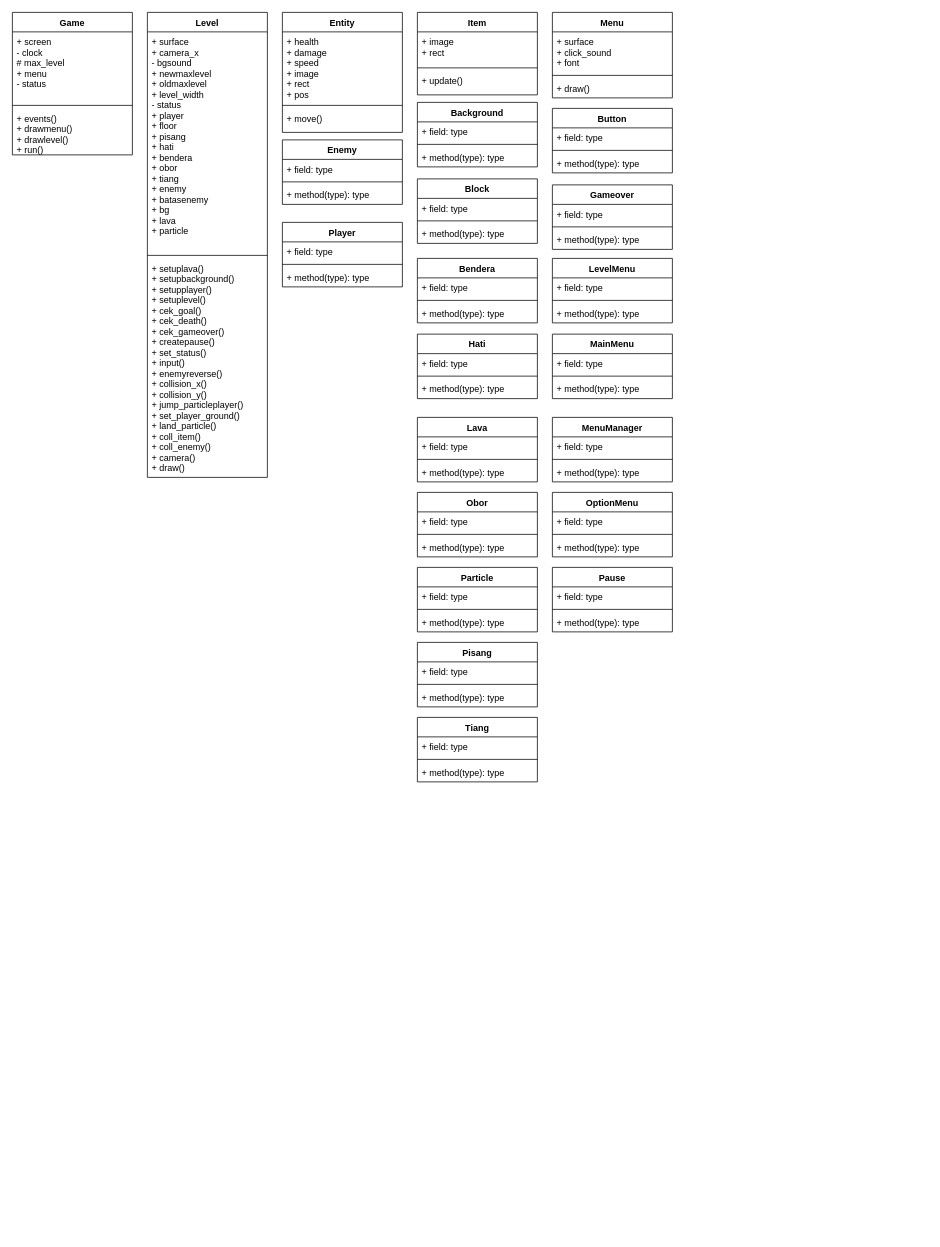
Before: Assets/Docs/UML.drawio in maybeenang/Lost-Princess, a draw.io diagram. Source tidied: cells renumbered, new cells numbered last; positions are measured from the earlier drawing's top-left corner, leaving out a move shared by most shapes. Both pictures are drawn from the tidied source at 75%, with x=0, y=0 at pixel (12, 12).
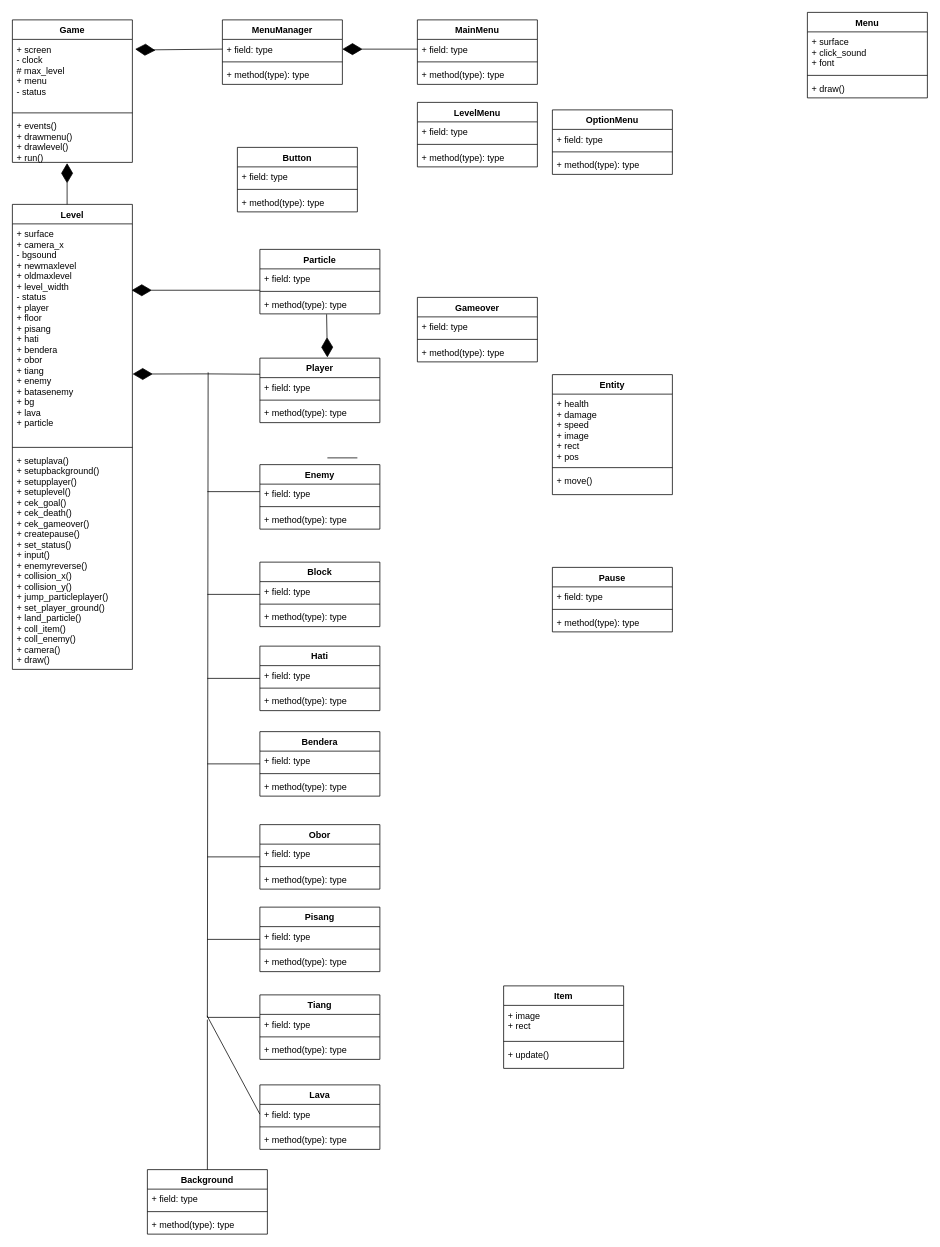
The same page after the edit.

Unchanged cells that the change refers to:
```xml
<mxCell id="3" value="+ screen&#10;- clock&#10;# max_level&#10;+ menu&#10;- status" style="text;strokeColor=none;fillColor=none;align=left;verticalAlign=top;spacingLeft=4;spacingRight=4;overflow=hidden;points=[[0,0.5],[1,0.5]];portConstraint=eastwest;" parent="2" vertex="1">
  <mxGeometry y="26" width="160" height="94" as="geometry" />
</mxCell>
<mxCell id="5" value="+ events()&#10;+ drawmenu()&#10;+ drawlevel()&#10;+ run()" style="text;strokeColor=none;fillColor=none;align=left;verticalAlign=top;spacingLeft=4;spacingRight=4;overflow=hidden;points=[[0,0.5],[1,0.5]];portConstraint=eastwest;" parent="2" vertex="1">
  <mxGeometry y="128" width="160" height="62" as="geometry" />
</mxCell>
<mxCell id="19" value="+ surface&#10;+ camera_x&#10;- bgsound&#10;+ newmaxlevel&#10;+ oldmaxlevel&#10;+ level_width&#10;- status&#10;+ player&#10;+ floor&#10;+ pisang&#10;+ hati&#10;+ bendera&#10;+ obor&#10;+ tiang&#10;+ enemy&#10;+ batasenemy&#10;+ bg&#10;+ lava&#10;+ particle" style="text;strokeColor=none;fillColor=none;align=left;verticalAlign=top;spacingLeft=4;spacingRight=4;overflow=hidden;points=[[0,0.5],[1,0.5]];portConstraint=eastwest;" parent="18" vertex="1">
  <mxGeometry y="26" width="160" height="294" as="geometry" />
</mxCell>
<mxCell id="47" value="+ field: type" style="text;strokeColor=none;fillColor=none;align=left;verticalAlign=top;spacingLeft=4;spacingRight=4;overflow=hidden;points=[[0,0.5],[1,0.5]];portConstraint=eastwest;" parent="46" vertex="1">
  <mxGeometry y="26" width="160" height="26" as="geometry" />
</mxCell>
<mxCell id="56" style="line;strokeWidth=1;fillColor=none;align=left;verticalAlign=middle;spacingTop=-1;spacingLeft=3;spacingRight=3;labelPosition=right;points=[];portConstraint=eastwest;" parent="54" vertex="1">
  <mxGeometry y="52" width="160" height="8" as="geometry" />
</mxCell>
<mxCell id="57" value="+ method(type): type" style="text;strokeColor=none;fillColor=none;align=left;verticalAlign=top;spacingLeft=4;spacingRight=4;overflow=hidden;points=[[0,0.5],[1,0.5]];portConstraint=eastwest;" parent="54" vertex="1">
  <mxGeometry y="60" width="160" height="26" as="geometry" />
</mxCell>
<mxCell id="79" value="+ field: type" style="text;strokeColor=none;fillColor=none;align=left;verticalAlign=top;spacingLeft=4;spacingRight=4;overflow=hidden;points=[[0,0.5],[1,0.5]];portConstraint=eastwest;" parent="78" vertex="1">
  <mxGeometry y="26" width="160" height="26" as="geometry" />
</mxCell>
<mxCell id="83" value="+ field: type" style="text;strokeColor=none;fillColor=none;align=left;verticalAlign=top;spacingLeft=4;spacingRight=4;overflow=hidden;points=[[0,0.5],[1,0.5]];portConstraint=eastwest;" parent="82" vertex="1">
  <mxGeometry y="26" width="160" height="26" as="geometry" />
</mxCell>
```

Change to the diagram source:
```diff
@@
     <mxCell id="2" value="Game&#10;" style="swimlane;fontStyle=1;align=center;verticalAlign=top;horizontal=1;startSize=26;" parent="1" vertex="1">
-      <mxGeometry width="160" height="190" as="geometry" />
+      <mxGeometry y="10" width="160" height="190" as="geometry" />
     </mxCell>
@@
-    <mxCell id="6" value="Entity" style="swimlane;fontStyle=1;align=center;verticalAlign=top;horizontal=1;startSize=26;" parent="1" vertex="1">
-      <mxGeometry x="360" width="160" height="160" as="geometry" />
-    </mxCell>
-    <mxCell id="7" value="+ health&#10;+ damage&#10;+ speed&#10;+ image&#10;+ rect&#10;+ pos" style="text;strokeColor=none;fillColor=none;align=left;verticalAlign=top;spacingLeft=4;spacingRight=4;overflow=hidden;" parent="6" vertex="1">
-      <mxGeometry y="26" width="160" height="94" as="geometry" />
-    </mxCell>
-    <mxCell id="8" style="line;strokeWidth=1;fillColor=none;align=left;verticalAlign=middle;spacingTop=-1;spacingLeft=3;spacingRight=3;labelPosition=right;" parent="6" vertex="1">
-      <mxGeometry y="120" width="160" height="8" as="geometry" />
-    </mxCell>
-    <mxCell id="9" value="+ move()" style="text;strokeColor=none;fillColor=none;align=left;verticalAlign=top;spacingLeft=4;spacingRight=4;overflow=hidden;" parent="6" vertex="1">
-      <mxGeometry y="128" width="160" height="32" as="geometry" />
-    </mxCell>
     <mxCell id="10" value="Item" style="swimlane;fontStyle=1;align=center;verticalAlign=top;horizontal=1;startSize=26;" parent="1" vertex="1">
-      <mxGeometry x="540" width="160" height="110" as="geometry" />
+      <mxGeometry x="655" y="1298" width="160" height="110" as="geometry" />
     </mxCell>
@@
     <mxCell id="14" value="Menu" style="swimlane;fontStyle=1;align=center;verticalAlign=top;horizontal=1;startSize=26;" parent="1" vertex="1">
-      <mxGeometry x="720" width="160" height="114" as="geometry" />
+      <mxGeometry x="1060" width="160" height="114" as="geometry" />
     </mxCell>
@@
     <mxCell id="18" value="Level" style="swimlane;fontStyle=1;align=center;verticalAlign=top;horizontal=1;startSize=26;" parent="1" vertex="1">
-      <mxGeometry x="180" width="160" height="620" as="geometry" />
+      <mxGeometry y="256" width="160" height="620" as="geometry" />
     </mxCell>
@@
     <mxCell id="22" value="Enemy" style="swimlane;fontStyle=1;align=center;verticalAlign=top;horizontal=1;startSize=26;" parent="1" vertex="1">
-      <mxGeometry x="360" y="170" width="160" height="86" as="geometry" />
+      <mxGeometry x="330" y="603" width="160" height="86" as="geometry" />
     </mxCell>
@@
     <mxCell id="26" value="Player" style="swimlane;fontStyle=1;align=center;verticalAlign=top;horizontal=1;startSize=26;" parent="1" vertex="1">
-      <mxGeometry x="360" y="280" width="160" height="86" as="geometry" />
+      <mxGeometry x="330" y="461" width="160" height="86" as="geometry" />
     </mxCell>
@@
     <mxCell id="30" value="Background" style="swimlane;fontStyle=1;align=center;verticalAlign=top;horizontal=1;startSize=26;" parent="1" vertex="1">
-      <mxGeometry x="540" y="120" width="160" height="86" as="geometry" />
+      <mxGeometry x="180" y="1543" width="160" height="86" as="geometry" />
     </mxCell>
@@
     <mxCell id="34" value="Block" style="swimlane;fontStyle=1;align=center;verticalAlign=top;horizontal=1;startSize=26;" parent="1" vertex="1">
-      <mxGeometry x="540" y="222" width="160" height="86" as="geometry" />
+      <mxGeometry x="330" y="733" width="160" height="86" as="geometry" />
     </mxCell>
@@
     <mxCell id="38" value="Bendera" style="swimlane;fontStyle=1;align=center;verticalAlign=top;horizontal=1;startSize=26;" parent="1" vertex="1">
-      <mxGeometry x="540" y="328" width="160" height="86" as="geometry" />
+      <mxGeometry x="330" y="959" width="160" height="86" as="geometry" />
     </mxCell>
@@
     <mxCell id="42" value="Hati" style="swimlane;fontStyle=1;align=center;verticalAlign=top;horizontal=1;startSize=26;" parent="1" vertex="1">
-      <mxGeometry x="540" y="429" width="160" height="86" as="geometry" />
+      <mxGeometry x="330" y="845" width="160" height="86" as="geometry" />
     </mxCell>
@@
     <mxCell id="46" value="Lava" style="swimlane;fontStyle=1;align=center;verticalAlign=top;horizontal=1;startSize=26;" parent="1" vertex="1">
-      <mxGeometry x="540" y="540" width="160" height="86" as="geometry" />
+      <mxGeometry x="330" y="1430" width="160" height="86" as="geometry" />
     </mxCell>
@@
     <mxCell id="50" value="Obor" style="swimlane;fontStyle=1;align=center;verticalAlign=top;horizontal=1;startSize=26;" parent="1" vertex="1">
-      <mxGeometry x="540" y="640" width="160" height="86" as="geometry" />
+      <mxGeometry x="330" y="1083" width="160" height="86" as="geometry" />
     </mxCell>
@@
     <mxCell id="54" value="Particle" style="swimlane;fontStyle=1;align=center;verticalAlign=top;horizontal=1;startSize=26;" parent="1" vertex="1">
-      <mxGeometry x="540" y="740" width="160" height="86" as="geometry" />
+      <mxGeometry x="330" y="316" width="160" height="86" as="geometry" />
     </mxCell>
@@
     <mxCell id="58" value="Pisang" style="swimlane;fontStyle=1;align=center;verticalAlign=top;horizontal=1;startSize=26;" parent="1" vertex="1">
-      <mxGeometry x="540" y="840" width="160" height="86" as="geometry" />
+      <mxGeometry x="330" y="1193" width="160" height="86" as="geometry" />
     </mxCell>
@@
     <mxCell id="62" value="Tiang" style="swimlane;fontStyle=1;align=center;verticalAlign=top;horizontal=1;startSize=26;" parent="1" vertex="1">
-      <mxGeometry x="540" y="940" width="160" height="86" as="geometry" />
+      <mxGeometry x="330" y="1310" width="160" height="86" as="geometry" />
     </mxCell>
@@
     <mxCell id="66" value="Button" style="swimlane;fontStyle=1;align=center;verticalAlign=top;horizontal=1;startSize=26;" parent="1" vertex="1">
-      <mxGeometry x="720" y="128" width="160" height="86" as="geometry" />
+      <mxGeometry x="300" y="180" width="160" height="86" as="geometry" />
     </mxCell>
@@
     <mxCell id="70" value="Gameover" style="swimlane;fontStyle=1;align=center;verticalAlign=top;horizontal=1;startSize=26;" parent="1" vertex="1">
-      <mxGeometry x="720" y="230" width="160" height="86" as="geometry" />
+      <mxGeometry x="540" y="380" width="160" height="86" as="geometry" />
     </mxCell>
@@
     <mxCell id="74" value="LevelMenu" style="swimlane;fontStyle=1;align=center;verticalAlign=top;horizontal=1;startSize=26;" parent="1" vertex="1">
-      <mxGeometry x="720" y="328" width="160" height="86" as="geometry" />
+      <mxGeometry x="540" y="120" width="160" height="86" as="geometry" />
     </mxCell>
@@
     <mxCell id="78" value="MainMenu" style="swimlane;fontStyle=1;align=center;verticalAlign=top;horizontal=1;startSize=26;" parent="1" vertex="1">
-      <mxGeometry x="720" y="429" width="160" height="86" as="geometry" />
+      <mxGeometry x="540" y="10" width="160" height="86" as="geometry" />
     </mxCell>
@@
     <mxCell id="82" value="MenuManager" style="swimlane;fontStyle=1;align=center;verticalAlign=top;horizontal=1;startSize=26;" parent="1" vertex="1">
-      <mxGeometry x="720" y="540" width="160" height="86" as="geometry" />
+      <mxGeometry x="280" y="10" width="160" height="86" as="geometry" />
     </mxCell>
@@
     <mxCell id="86" value="OptionMenu" style="swimlane;fontStyle=1;align=center;verticalAlign=top;horizontal=1;startSize=26;" parent="1" vertex="1">
-      <mxGeometry x="720" y="640" width="160" height="86" as="geometry" />
+      <mxGeometry x="720" y="130" width="160" height="86" as="geometry" />
     </mxCell>
@@
+    <mxCell id="94" style="endArrow=diamondThin;endFill=1;endSize=24;html=1;rounded=0;entryX=0.456;entryY=1.016;entryDx=0;entryDy=0;entryPerimeter=0;exitX=0.456;exitY=0;exitDx=0;exitDy=0;exitPerimeter=0;" parent="1" edge="1" source="18" target="5">
+      <mxGeometry relative="1" as="geometry" />
+    </mxCell>
+    <mxCell id="95" style="endArrow=diamondThin;endFill=1;endSize=24;html=1;rounded=0;exitX=0;exitY=0.5;exitDx=0;exitDy=0;entryX=1.023;entryY=0.138;entryDx=0;entryDy=0;entryPerimeter=0;" parent="1" edge="1" source="83" target="3">
+      <mxGeometry relative="1" as="geometry">
+        <Array as="points">
+          <mxPoint x="180" y="50" />
+        </Array>
+      </mxGeometry>
+    </mxCell>
+    <mxCell id="6" value="Entity" style="swimlane;fontStyle=1;align=center;verticalAlign=top;horizontal=1;startSize=26;" parent="1" vertex="1">
+      <mxGeometry x="720" y="483" width="160" height="160" as="geometry" />
+    </mxCell>
+    <mxCell id="7" value="+ health&#10;+ damage&#10;+ speed&#10;+ image&#10;+ rect&#10;+ pos" style="text;strokeColor=none;fillColor=none;align=left;verticalAlign=top;spacingLeft=4;spacingRight=4;overflow=hidden;" parent="6" vertex="1">
+      <mxGeometry y="26" width="160" height="94" as="geometry" />
+    </mxCell>
+    <mxCell id="8" style="line;strokeWidth=1;fillColor=none;align=left;verticalAlign=middle;spacingTop=-1;spacingLeft=3;spacingRight=3;labelPosition=right;" parent="6" vertex="1">
+      <mxGeometry y="120" width="160" height="8" as="geometry" />
+    </mxCell>
+    <mxCell id="9" value="+ move()" style="text;strokeColor=none;fillColor=none;align=left;verticalAlign=top;spacingLeft=4;spacingRight=4;overflow=hidden;" parent="6" vertex="1">
+      <mxGeometry y="128" width="160" height="32" as="geometry" />
+    </mxCell>
+    <mxCell id="96" style="endArrow=diamondThin;endFill=1;endSize=24;html=1;rounded=0;entryX=1.002;entryY=0.681;entryDx=0;entryDy=0;entryPerimeter=0;" parent="1" edge="1" target="19">
+      <mxGeometry relative="1" as="geometry">
+        <mxPoint x="260" y="482" as="sourcePoint" />
+      </mxGeometry>
+    </mxCell>
+    <mxCell id="97" style="line;strokeWidth=1;fillColor=none;align=left;verticalAlign=middle;spacingTop=-1;spacingLeft=3;spacingRight=3;labelPosition=right;" parent="1" vertex="1">
+      <mxGeometry x="260" y="635" width="70" height="8" as="geometry" />
+    </mxCell>
+    <mxCell id="98" style="line;strokeWidth=1;fillColor=none;align=left;verticalAlign=middle;spacingTop=-1;spacingLeft=3;spacingRight=3;labelPosition=right;" parent="1" vertex="1">
+      <mxGeometry x="260" y="752" width="70" height="48" as="geometry" />
+    </mxCell>
+    <mxCell id="99" style="line;strokeWidth=1;fillColor=none;align=left;verticalAlign=middle;spacingTop=-1;spacingLeft=3;spacingRight=3;labelPosition=right;" parent="1" vertex="1">
+      <mxGeometry x="260" y="884" width="70" height="8" as="geometry" />
+    </mxCell>
+    <mxCell id="100" style="line;strokeWidth=1;fillColor=none;align=left;verticalAlign=middle;spacingTop=-1;spacingLeft=3;spacingRight=3;labelPosition=right;" parent="1" vertex="1">
+      <mxGeometry x="260" y="998" width="70" height="8" as="geometry" />
+    </mxCell>
+    <mxCell id="101" style="line;strokeWidth=1;fillColor=none;align=left;verticalAlign=middle;spacingTop=-1;spacingLeft=3;spacingRight=3;labelPosition=right;" parent="1" vertex="1">
+      <mxGeometry x="420" y="590" width="40" height="8" as="geometry" />
+    </mxCell>
+    <mxCell id="102" style="line;strokeWidth=1;fillColor=none;align=left;verticalAlign=middle;spacingTop=-1;spacingLeft=3;spacingRight=3;labelPosition=right;" parent="1" vertex="1">
+      <mxGeometry x="260" y="1122" width="70" height="8" as="geometry" />
+    </mxCell>
+    <mxCell id="103" style="line;strokeWidth=1;fillColor=none;align=left;verticalAlign=middle;spacingTop=-1;spacingLeft=3;spacingRight=3;labelPosition=right;" parent="1" vertex="1">
+      <mxGeometry x="260" y="1232" width="70" height="8" as="geometry" />
+    </mxCell>
+    <mxCell id="104" style="line;strokeWidth=1;fillColor=none;align=left;verticalAlign=middle;spacingTop=-1;spacingLeft=3;spacingRight=3;labelPosition=right;points=[];portConstraint=eastwest;" parent="1" vertex="1">
+      <mxGeometry x="260" y="1336" width="70" height="8" as="geometry" />
+    </mxCell>
+    <mxCell id="105" style="endArrow=none;html=1;rounded=0;" parent="1" edge="1">
+      <mxGeometry relative="1" as="geometry">
+        <mxPoint x="260" y="1340" as="sourcePoint" />
+        <mxPoint x="261" y="480" as="targetPoint" />
+      </mxGeometry>
+    </mxCell>
+    <mxCell id="106" style="endArrow=none;html=1;rounded=0;exitX=0;exitY=0.5;exitDx=0;exitDy=0;entryX=-0.005;entryY=0.25;entryDx=0;entryDy=0;entryPerimeter=0;" parent="1" edge="1" source="47" target="104">
+      <mxGeometry relative="1" as="geometry" />
+    </mxCell>
+    <mxCell id="107" style="endArrow=none;html=1;rounded=0;exitX=0.5;exitY=0;exitDx=0;exitDy=0;" parent="1" edge="1" source="30">
+      <mxGeometry relative="1" as="geometry">
+        <mxPoint x="260" y="1343" as="targetPoint" />
+      </mxGeometry>
+    </mxCell>
+    <mxCell id="108" style="endArrow=none;html=1;rounded=0;entryX=0;entryY=0.25;entryDx=0;entryDy=0;" parent="1" edge="1" target="26">
+      <mxGeometry relative="1" as="geometry">
+        <mxPoint x="260" y="482" as="sourcePoint" />
+      </mxGeometry>
+    </mxCell>
+    <mxCell id="109" style="endArrow=diamondThin;endFill=1;endSize=24;html=1;rounded=0;exitX=0.556;exitY=1.023;exitDx=0;exitDy=0;exitPerimeter=0;" parent="1" edge="1" source="57">
+      <mxGeometry relative="1" as="geometry">
+        <mxPoint x="420" y="460" as="targetPoint" />
+      </mxGeometry>
+    </mxCell>
+    <mxCell id="110" style="endArrow=diamondThin;endFill=1;endSize=24;html=1;rounded=0;entryX=0.994;entryY=0.301;entryDx=0;entryDy=0;entryPerimeter=0;exitX=0;exitY=0.312;exitDx=0;exitDy=0;exitPerimeter=0;" parent="1" edge="1" source="56" target="19">
+      <mxGeometry relative="1" as="geometry" />
+    </mxCell>
+    <mxCell id="111" style="endArrow=diamondThin;endFill=1;endSize=24;html=1;rounded=0;entryX=1;entryY=0.5;entryDx=0;entryDy=0;exitX=0;exitY=0.5;exitDx=0;exitDy=0;" parent="1" edge="1" source="79" target="83">
+      <mxGeometry relative="1" as="geometry" />
+    </mxCell>
```
